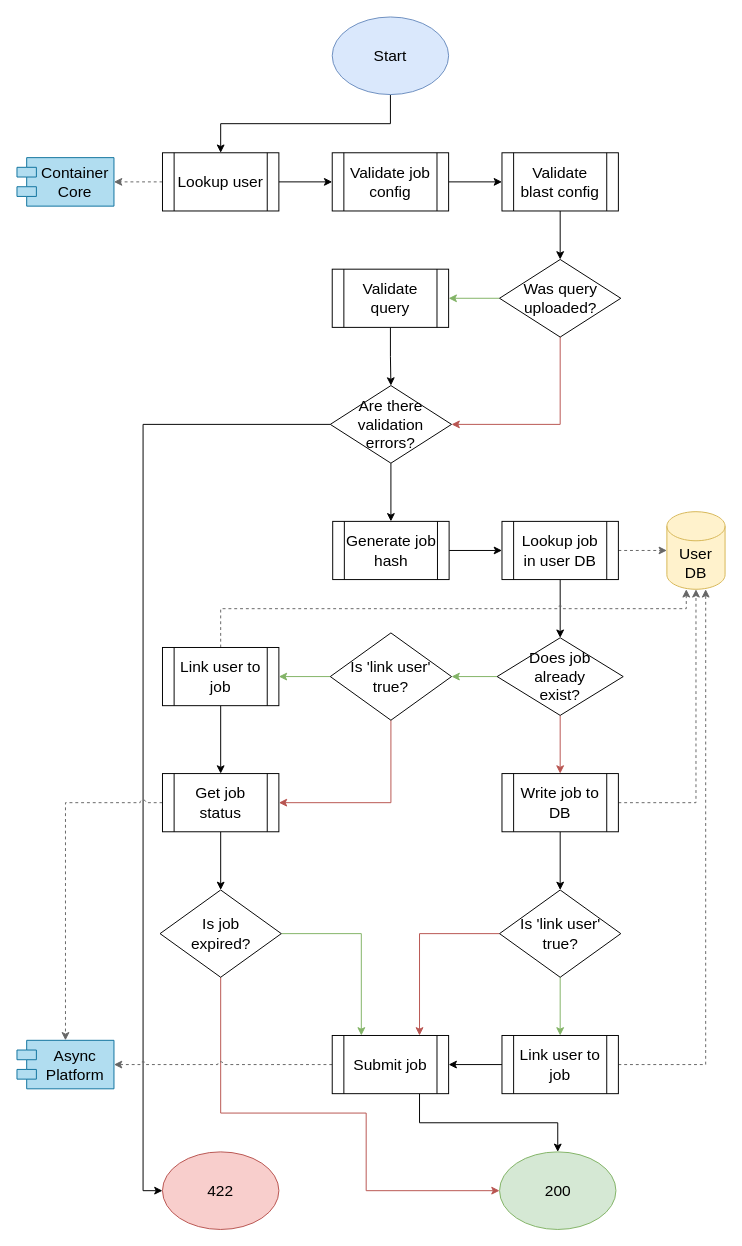
Before: docs/design/2.0/graphs/draw.io/create-query-job.drawio in VEuPathDB/service-multi-blast, a draw.io diagram. Source tidied: cells renumbered, new cells numbered last; positions are measured from the earlier drawing's top-left corner, leaving out a move shared by most shapes. Both pictures are drawn from the tidied source at 97%, with x=0, y=0 at pixel (16, 16).
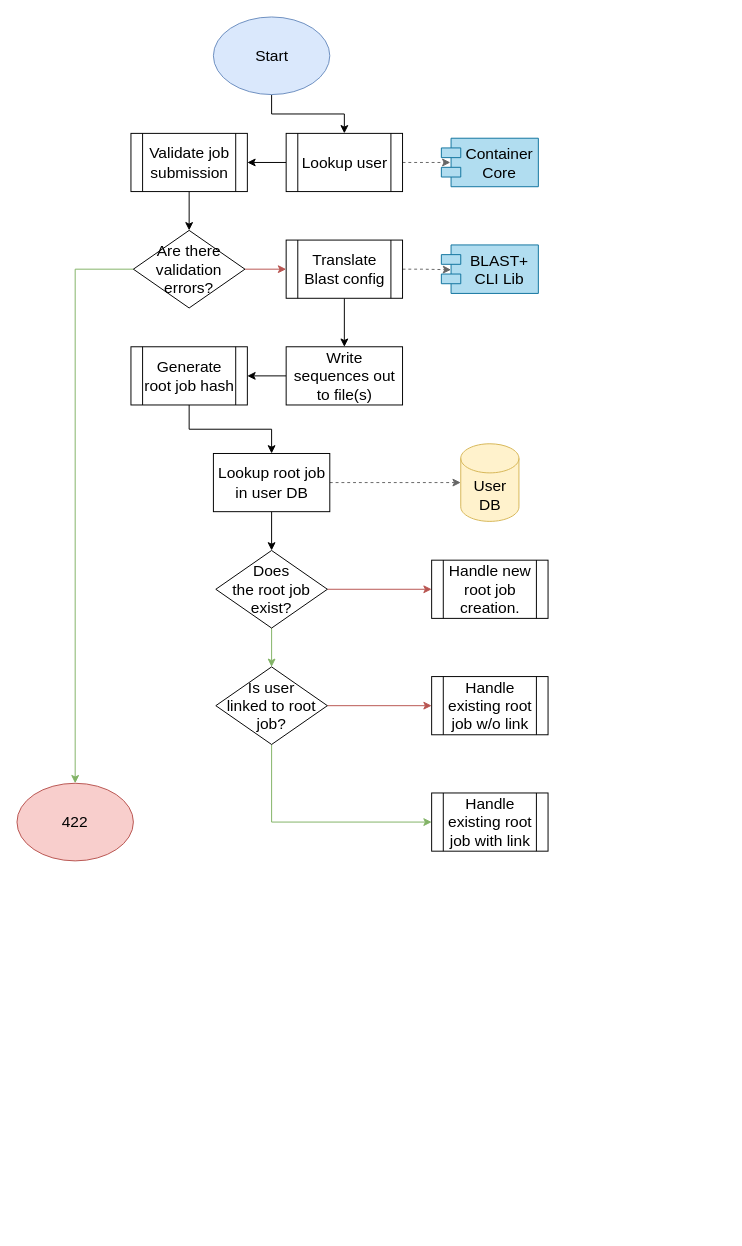
After the change.

The edit, as a diff of the source:
```diff
@@
-    <mxCell id="2" style="edgeStyle=orthogonalEdgeStyle;rounded=0;jumpStyle=arc;jettySize=auto;html=1;exitX=0;exitY=0.5;exitDx=0;exitDy=0;entryX=0;entryY=0.5;entryDx=0;entryDy=0;fontSize=16;" parent="1" edge="1" source="18" target="54">
-      <mxGeometry relative="1" as="geometry" />
-    </mxCell>
@@
-    <mxCell id="4" value="&lt;font style=&quot;font-size: 16px;&quot;&gt;Start&lt;/font&gt;" style="ellipse;whiteSpace=wrap;html=1;fillColor=#dae8fc;strokeColor=#6c8ebf;" parent="1" vertex="1">
-      <mxGeometry x="325" width="120" height="80" as="geometry" />
+    <mxCell id="4" value="Start" style="ellipse;whiteSpace=wrap;html=1;fontSize=16;fillColor=#dae8fc;strokeColor=#6c8ebf;" parent="1" vertex="1">
+      <mxGeometry x="202.5" width="120" height="80" as="geometry" />
     </mxCell>
-    <mxCell id="5" style="edgeStyle=orthogonalEdgeStyle;rounded=0;jettySize=auto;html=1;exitX=1;exitY=0.5;exitDx=0;exitDy=0;entryX=0;entryY=0.5;entryDx=0;entryDy=0;fontSize=16;" parent="1" edge="1" source="7" target="9">
-      <mxGeometry relative="1" as="geometry" />
-    </mxCell>
+    <mxCell id="56" style="edgeStyle=orthogonalEdgeStyle;rounded=0;jettySize=auto;html=1;exitX=0;exitY=0.5;exitDx=0;exitDy=0;entryX=1;entryY=0.5;entryDx=0;entryDy=0;fontSize=16;" parent="1" edge="1" source="7" target="58">
+      <mxGeometry relative="1" as="geometry" />
+    </mxCell>
-    <mxCell id="6" style="edgeStyle=orthogonalEdgeStyle;rounded=0;jumpStyle=arc;jettySize=auto;html=1;exitX=0;exitY=0.5;exitDx=0;exitDy=0;entryX=1;entryY=0.5;entryDx=0;entryDy=0;fontSize=16;fillColor=#f5f5f5;strokeColor=#666666;dashed=1;" parent="1" edge="1" source="7" target="52">
+    <mxCell id="6" style="edgeStyle=orthogonalEdgeStyle;rounded=0;jettySize=auto;html=1;exitX=1;exitY=0.5;exitDx=0;exitDy=0;entryX=0.093;entryY=0.5;entryDx=0;entryDy=0;entryPerimeter=0;fontSize=16;fillColor=#f5f5f5;strokeColor=#666666;dashed=1;" parent="1" edge="1" source="7" target="52">
       <mxGeometry relative="1" as="geometry" />
     </mxCell>
     <mxCell id="7" value="Lookup user" style="shape=process;whiteSpace=wrap;html=1;backgroundOutline=1;fontSize=16;" parent="1" vertex="1">
-      <mxGeometry x="150" y="140" width="120" height="60" as="geometry" />
+      <mxGeometry x="277.5" y="120" width="120" height="60" as="geometry" />
     </mxCell>
-    <mxCell id="8" style="edgeStyle=orthogonalEdgeStyle;rounded=0;jettySize=auto;html=1;exitX=1;exitY=0.5;exitDx=0;exitDy=0;entryX=0;entryY=0.5;entryDx=0;entryDy=0;fontSize=16;" parent="1" edge="1" source="9" target="11">
-      <mxGeometry relative="1" as="geometry" />
-    </mxCell>
-    <mxCell id="9" value="Validate job config" style="shape=process;whiteSpace=wrap;html=1;backgroundOutline=1;fontSize=16;" parent="1" vertex="1">
-      <mxGeometry x="325" y="140" width="120" height="60" as="geometry" />
-    </mxCell>
-    <mxCell id="10" style="edgeStyle=orthogonalEdgeStyle;rounded=0;jettySize=auto;html=1;exitX=0.5;exitY=1;exitDx=0;exitDy=0;entryX=0.5;entryY=0;entryDx=0;entryDy=0;fontSize=16;" parent="1" edge="1" source="11" target="14">
-      <mxGeometry relative="1" as="geometry" />
-    </mxCell>
-    <mxCell id="11" value="Validate blast config" style="shape=process;whiteSpace=wrap;html=1;backgroundOutline=1;fontSize=16;" parent="1" vertex="1">
-      <mxGeometry x="500" y="140" width="120" height="60" as="geometry" />
-    </mxCell>
-    <mxCell id="12" style="edgeStyle=orthogonalEdgeStyle;rounded=0;jettySize=auto;html=1;entryX=1;entryY=0.5;entryDx=0;entryDy=0;fontSize=16;fillColor=#d5e8d4;strokeColor=#82b366;" parent="1" edge="1" source="14" target="16">
-      <mxGeometry relative="1" as="geometry" />
-    </mxCell>
-    <mxCell id="13" style="edgeStyle=orthogonalEdgeStyle;rounded=0;jettySize=auto;html=1;entryX=1;entryY=0.5;entryDx=0;entryDy=0;fontSize=12;fillColor=#f8cecc;strokeColor=#b85450;" parent="1" edge="1" source="14" target="18">
-      <mxGeometry relative="1" as="geometry">
-        <Array as="points">
-          <mxPoint x="560" y="420" />
-        </Array>
-      </mxGeometry>
-    </mxCell>
-    <mxCell id="14" value="Was query uploaded?" style="rhombus;whiteSpace=wrap;html=1;fontSize=16;" parent="1" vertex="1">
-      <mxGeometry x="497.5" y="250" width="125" height="80" as="geometry" />
-    </mxCell>
-    <mxCell id="15" style="edgeStyle=orthogonalEdgeStyle;rounded=0;jettySize=auto;html=1;fontSize=16;" parent="1" edge="1" source="16" target="18">
-      <mxGeometry relative="1" as="geometry" />
-    </mxCell>
-    <mxCell id="16" value="Validate&lt;br&gt;query" style="shape=process;whiteSpace=wrap;html=1;backgroundOutline=1;fontSize=16;" parent="1" vertex="1">
-      <mxGeometry x="325" y="260" width="120" height="60" as="geometry" />
-    </mxCell>
-    <mxCell id="17" style="edgeStyle=orthogonalEdgeStyle;rounded=0;jettySize=auto;html=1;exitX=0.5;exitY=1;exitDx=0;exitDy=0;entryX=0.5;entryY=0;entryDx=0;entryDy=0;fontSize=16;" parent="1" edge="1" source="18" target="20">
-      <mxGeometry relative="1" as="geometry" />
-    </mxCell>
+    <mxCell id="52" value="Container&#10;Core" style="shape=module;align=left;spacingLeft=20;align=center;verticalAlign=top;fontSize=16;fillColor=#b1ddf0;strokeColor=#10739e;" parent="1" vertex="1">
+      <mxGeometry x="437.5" y="125" width="100" height="50" as="geometry" />
+    </mxCell>
+    <mxCell id="57" style="edgeStyle=orthogonalEdgeStyle;rounded=0;jettySize=auto;html=1;exitX=0.5;exitY=1;exitDx=0;exitDy=0;entryX=0.5;entryY=0;entryDx=0;entryDy=0;fontSize=16;" parent="1" edge="1" source="58" target="18">
+      <mxGeometry relative="1" as="geometry" />
+    </mxCell>
+    <mxCell id="58" value="Validate job submission" style="shape=process;whiteSpace=wrap;html=1;backgroundOutline=1;fontSize=16;" parent="1" vertex="1">
+      <mxGeometry x="117.5" y="120" width="120" height="60" as="geometry" />
+    </mxCell>
+    <mxCell id="59" style="edgeStyle=orthogonalEdgeStyle;rounded=0;jettySize=auto;html=1;exitX=0.5;exitY=1;exitDx=0;exitDy=0;entryX=0.5;entryY=0;entryDx=0;entryDy=0;fontSize=16;" parent="1" edge="1" source="61" target="63">
+      <mxGeometry relative="1" as="geometry" />
+    </mxCell>
+    <mxCell id="60" style="edgeStyle=orthogonalEdgeStyle;rounded=0;jettySize=auto;html=1;exitX=1;exitY=0.5;exitDx=0;exitDy=0;entryX=0.1;entryY=0.512;entryDx=0;entryDy=0;entryPerimeter=0;fontSize=16;fillColor=#f5f5f5;strokeColor=#666666;dashed=1;" parent="1" edge="1" source="61" target="79">
+      <mxGeometry relative="1" as="geometry" />
+    </mxCell>
+    <mxCell id="61" value="Translate Blast config" style="shape=process;whiteSpace=wrap;html=1;backgroundOutline=1;fontSize=16;" parent="1" vertex="1">
+      <mxGeometry x="277.5" y="230" width="120" height="60" as="geometry" />
+    </mxCell>
+    <mxCell id="62" style="edgeStyle=orthogonalEdgeStyle;rounded=0;jettySize=auto;html=1;exitX=0;exitY=0.5;exitDx=0;exitDy=0;entryX=1;entryY=0.5;entryDx=0;entryDy=0;fontSize=16;" parent="1" edge="1" source="63" target="65">
+      <mxGeometry relative="1" as="geometry" />
+    </mxCell>
+    <mxCell id="63" value="Write sequences out to file(s)" style="rounded=0;whiteSpace=wrap;html=1;fontSize=16;" parent="1" vertex="1">
+      <mxGeometry x="277.5" y="340" width="120" height="60" as="geometry" />
+    </mxCell>
+    <mxCell id="64" style="edgeStyle=orthogonalEdgeStyle;rounded=0;jettySize=auto;html=1;exitX=0.5;exitY=1;exitDx=0;exitDy=0;entryX=0.5;entryY=0;entryDx=0;entryDy=0;fontSize=16;" parent="1" edge="1" source="65" target="68">
+      <mxGeometry relative="1" as="geometry" />
+    </mxCell>
+    <mxCell id="65" value="Generate root job hash" style="shape=process;whiteSpace=wrap;html=1;backgroundOutline=1;fontSize=16;" parent="1" vertex="1">
+      <mxGeometry x="117.5" y="340" width="120" height="60" as="geometry" />
+    </mxCell>
+    <mxCell id="66" style="edgeStyle=orthogonalEdgeStyle;rounded=0;jettySize=auto;html=1;exitX=1;exitY=0.5;exitDx=0;exitDy=0;entryX=0;entryY=0.5;entryDx=0;entryDy=0;entryPerimeter=0;fontSize=16;fillColor=#f5f5f5;strokeColor=#666666;dashed=1;" parent="1" edge="1" source="68" target="24">
+      <mxGeometry relative="1" as="geometry" />
+    </mxCell>
+    <mxCell id="67" style="edgeStyle=orthogonalEdgeStyle;rounded=0;jettySize=auto;html=1;exitX=0.5;exitY=1;exitDx=0;exitDy=0;entryX=0.5;entryY=0;entryDx=0;entryDy=0;fontSize=16;" parent="1" edge="1" source="68" target="72">
+      <mxGeometry relative="1" as="geometry" />
+    </mxCell>
+    <mxCell id="68" value="Lookup root job in user DB" style="rounded=0;whiteSpace=wrap;html=1;fontSize=16;" parent="1" vertex="1">
+      <mxGeometry x="202.5" y="450" width="120" height="60" as="geometry" />
+    </mxCell>
+    <mxCell id="24" value="User&lt;br&gt;DB" style="shape=cylinder3;whiteSpace=wrap;html=1;boundedLbl=1;backgroundOutline=1;size=15;fontSize=16;fillColor=#fff2cc;strokeColor=#d6b656;" parent="1" vertex="1">
+      <mxGeometry x="457.5" y="440" width="60" height="80" as="geometry" />
+    </mxCell>
+    <mxCell id="69" style="edgeStyle=orthogonalEdgeStyle;rounded=0;jettySize=auto;html=1;exitX=1;exitY=0.5;exitDx=0;exitDy=0;entryX=0;entryY=0.5;entryDx=0;entryDy=0;fontSize=16;fillColor=#f8cecc;strokeColor=#b85450;" parent="1" edge="1" source="18" target="61">
+      <mxGeometry relative="1" as="geometry" />
+    </mxCell>
+    <mxCell id="2" style="edgeStyle=orthogonalEdgeStyle;rounded=0;jettySize=auto;html=1;exitX=0;exitY=0.5;exitDx=0;exitDy=0;entryX=0.5;entryY=0;entryDx=0;entryDy=0;fontSize=16;fillColor=#d5e8d4;strokeColor=#82b366;" parent="1" edge="1" source="18" target="54">
+      <mxGeometry relative="1" as="geometry" />
+    </mxCell>
-    <mxCell id="18" value="Are there validation&lt;br&gt;errors?" style="rhombus;whiteSpace=wrap;html=1;fontSize=16;" parent="1" vertex="1">
-      <mxGeometry x="323" y="380" width="125" height="80" as="geometry" />
+    <mxCell id="18" value="Are there validation errors?" style="rhombus;whiteSpace=wrap;html=1;fontSize=16;" parent="1" vertex="1">
+      <mxGeometry x="120" y="220" width="115" height="80" as="geometry" />
     </mxCell>
-    <mxCell id="19" style="edgeStyle=orthogonalEdgeStyle;rounded=0;jettySize=auto;html=1;exitX=1;exitY=0.5;exitDx=0;exitDy=0;entryX=0;entryY=0.5;entryDx=0;entryDy=0;fontSize=16;" parent="1" edge="1" source="20" target="23">
-      <mxGeometry relative="1" as="geometry" />
-    </mxCell>
-    <mxCell id="20" value="Generate job hash" style="shape=process;whiteSpace=wrap;html=1;backgroundOutline=1;fontSize=16;" parent="1" vertex="1">
-      <mxGeometry x="325.5" y="520" width="120" height="60" as="geometry" />
-    </mxCell>
-    <mxCell id="21" style="edgeStyle=orthogonalEdgeStyle;rounded=0;jettySize=auto;html=1;exitX=1;exitY=0.5;exitDx=0;exitDy=0;entryX=0;entryY=0.5;entryDx=0;entryDy=0;entryPerimeter=0;fontSize=16;fillColor=#f5f5f5;strokeColor=#666666;dashed=1;" parent="1" edge="1" source="23" target="24">
-      <mxGeometry relative="1" as="geometry" />
-    </mxCell>
-    <mxCell id="22" style="edgeStyle=orthogonalEdgeStyle;rounded=0;jettySize=auto;html=1;exitX=0.5;exitY=1;exitDx=0;exitDy=0;entryX=0.5;entryY=0;entryDx=0;entryDy=0;fontSize=16;" parent="1" edge="1" source="23" target="30">
-      <mxGeometry relative="1" as="geometry" />
-    </mxCell>
-    <mxCell id="23" value="Lookup job in user DB" style="shape=process;whiteSpace=wrap;html=1;backgroundOutline=1;fontSize=16;" parent="1" vertex="1">
-      <mxGeometry x="500" y="520" width="120" height="60" as="geometry" />
-    </mxCell>
-    <mxCell id="24" value="User DB" style="shape=cylinder3;whiteSpace=wrap;html=1;boundedLbl=1;backgroundOutline=1;size=15;fontSize=16;fillColor=#fff2cc;strokeColor=#d6b656;" parent="1" vertex="1">
-      <mxGeometry x="670" y="510" width="60" height="80" as="geometry" />
-    </mxCell>
-    <mxCell id="25" style="edgeStyle=orthogonalEdgeStyle;rounded=0;jettySize=auto;html=1;entryX=1;entryY=0.5;entryDx=0;entryDy=0;fontSize=16;fillColor=#d5e8d4;strokeColor=#82b366;" parent="1" edge="1" source="27" target="33">
-      <mxGeometry relative="1" as="geometry" />
-    </mxCell>
-    <mxCell id="26" style="edgeStyle=orthogonalEdgeStyle;rounded=0;jettySize=auto;html=1;exitX=0.5;exitY=1;exitDx=0;exitDy=0;entryX=1;entryY=0.5;entryDx=0;entryDy=0;fontSize=12;fillColor=#f8cecc;strokeColor=#b85450;" parent="1" edge="1" source="27" target="36">
-      <mxGeometry relative="1" as="geometry" />
-    </mxCell>
-    <mxCell id="27" value="Is 'link user' true?" style="rhombus;whiteSpace=wrap;html=1;fontSize=16;" parent="1" vertex="1">
-      <mxGeometry x="323" y="635" width="125" height="90" as="geometry" />
-    </mxCell>
-    <mxCell id="28" style="edgeStyle=orthogonalEdgeStyle;rounded=0;jettySize=auto;html=1;entryX=1;entryY=0.5;entryDx=0;entryDy=0;fontSize=16;fillColor=#d5e8d4;strokeColor=#82b366;" parent="1" edge="1" source="30" target="27">
-      <mxGeometry relative="1" as="geometry" />
-    </mxCell>
-    <mxCell id="29" style="edgeStyle=orthogonalEdgeStyle;rounded=0;jumpStyle=arc;jettySize=auto;html=1;exitX=0.5;exitY=1;exitDx=0;exitDy=0;entryX=0.5;entryY=0;entryDx=0;entryDy=0;fontSize=16;fillColor=#f8cecc;strokeColor=#b85450;" parent="1" edge="1" source="30" target="42">
-      <mxGeometry relative="1" as="geometry" />
-    </mxCell>
-    <mxCell id="30" value="Does job&lt;br&gt;already&lt;br&gt;exist?" style="rhombus;whiteSpace=wrap;html=1;fontSize=16;" parent="1" vertex="1">
-      <mxGeometry x="495" y="640" width="130" height="80" as="geometry" />
-    </mxCell>
-    <mxCell id="31" style="edgeStyle=orthogonalEdgeStyle;rounded=0;jettySize=auto;html=1;exitX=0.5;exitY=0;exitDx=0;exitDy=0;fontSize=16;jumpStyle=arc;fillColor=#f5f5f5;strokeColor=#666666;dashed=1;" parent="1" edge="1" source="33">
-      <mxGeometry relative="1" as="geometry">
-        <mxPoint x="690" y="590" as="targetPoint" />
-        <Array as="points">
-          <mxPoint x="210" y="610" />
-          <mxPoint x="690" y="610" />
-          <mxPoint x="690" y="590" />
-        </Array>
-      </mxGeometry>
-    </mxCell>
-    <mxCell id="32" style="edgeStyle=orthogonalEdgeStyle;rounded=0;jumpStyle=arc;jettySize=auto;html=1;exitX=0.5;exitY=1;exitDx=0;exitDy=0;entryX=0.5;entryY=0;entryDx=0;entryDy=0;fontSize=16;" parent="1" edge="1" source="33" target="36">
-      <mxGeometry relative="1" as="geometry" />
-    </mxCell>
-    <mxCell id="33" value="Link user to job" style="shape=process;whiteSpace=wrap;html=1;backgroundOutline=1;fontSize=16;" parent="1" vertex="1">
-      <mxGeometry x="150" y="650" width="120" height="60" as="geometry" />
-    </mxCell>
-    <mxCell id="34" style="edgeStyle=orthogonalEdgeStyle;rounded=0;jumpStyle=arc;jettySize=auto;html=1;entryX=0.5;entryY=0;entryDx=0;entryDy=0;fontSize=16;" parent="1" edge="1" source="36" target="39">
-      <mxGeometry relative="1" as="geometry" />
-    </mxCell>
-    <mxCell id="35" style="edgeStyle=orthogonalEdgeStyle;rounded=0;jumpStyle=arc;jettySize=auto;html=1;exitX=0;exitY=0.5;exitDx=0;exitDy=0;entryX=0.5;entryY=0;entryDx=0;entryDy=0;fontSize=16;fillColor=#f5f5f5;strokeColor=#666666;dashed=1;" parent="1" edge="1" source="36" target="53">
-      <mxGeometry relative="1" as="geometry" />
-    </mxCell>
-    <mxCell id="36" value="Get job status" style="shape=process;whiteSpace=wrap;html=1;backgroundOutline=1;fontSize=16;" parent="1" vertex="1">
-      <mxGeometry x="150" y="780" width="120" height="60" as="geometry" />
-    </mxCell>
-    <mxCell id="37" style="edgeStyle=orthogonalEdgeStyle;rounded=0;jumpStyle=arc;jettySize=auto;html=1;exitX=1;exitY=0.5;exitDx=0;exitDy=0;entryX=0.25;entryY=0;entryDx=0;entryDy=0;fontSize=16;fillColor=#d5e8d4;strokeColor=#82b366;" parent="1" edge="1" source="39" target="51">
-      <mxGeometry relative="1" as="geometry" />
-    </mxCell>
-    <mxCell id="38" style="edgeStyle=orthogonalEdgeStyle;rounded=0;jettySize=auto;html=1;exitX=0.5;exitY=1;exitDx=0;exitDy=0;entryX=0;entryY=0.5;entryDx=0;entryDy=0;fontSize=12;fillColor=#f8cecc;strokeColor=#b85450;" parent="1" edge="1" source="39" target="55">
-      <mxGeometry relative="1" as="geometry">
-        <Array as="points">
-          <mxPoint x="210" y="1130" />
-          <mxPoint x="360" y="1130" />
-          <mxPoint x="360" y="1210" />
-        </Array>
-      </mxGeometry>
-    </mxCell>
-    <mxCell id="39" value="Is job&lt;br&gt;expired?" style="rhombus;whiteSpace=wrap;html=1;fontSize=16;" parent="1" vertex="1">
-      <mxGeometry x="147.5" y="900" width="125" height="90" as="geometry" />
-    </mxCell>
-    <mxCell id="40" style="edgeStyle=orthogonalEdgeStyle;rounded=0;jumpStyle=arc;jettySize=auto;html=1;exitX=1;exitY=0.5;exitDx=0;exitDy=0;entryX=0.5;entryY=1;entryDx=0;entryDy=0;entryPerimeter=0;fontSize=16;fillColor=#f5f5f5;strokeColor=#666666;dashed=1;" parent="1" edge="1" source="42" target="24">
-      <mxGeometry relative="1" as="geometry" />
-    </mxCell>
-    <mxCell id="41" style="edgeStyle=orthogonalEdgeStyle;rounded=0;jumpStyle=arc;jettySize=auto;html=1;entryX=0.5;entryY=0;entryDx=0;entryDy=0;fontSize=16;" parent="1" edge="1" source="42" target="45">
-      <mxGeometry relative="1" as="geometry" />
-    </mxCell>
-    <mxCell id="42" value="Write job to DB" style="shape=process;whiteSpace=wrap;html=1;backgroundOutline=1;fontSize=16;" parent="1" vertex="1">
-      <mxGeometry x="500" y="780" width="120" height="60" as="geometry" />
-    </mxCell>
-    <mxCell id="43" style="edgeStyle=orthogonalEdgeStyle;rounded=0;jumpStyle=arc;jettySize=auto;html=1;exitX=0.5;exitY=1;exitDx=0;exitDy=0;entryX=0.5;entryY=0;entryDx=0;entryDy=0;fontSize=16;fillColor=#d5e8d4;strokeColor=#82b366;" parent="1" edge="1" source="45" target="48">
-      <mxGeometry relative="1" as="geometry" />
-    </mxCell>
-    <mxCell id="44" style="edgeStyle=orthogonalEdgeStyle;rounded=0;jettySize=auto;html=1;entryX=0.75;entryY=0;entryDx=0;entryDy=0;fontSize=12;fillColor=#f8cecc;strokeColor=#b85450;" parent="1" edge="1" source="45" target="51">
-      <mxGeometry relative="1" as="geometry" />
-    </mxCell>
-    <mxCell id="45" value="Is 'link user' true?" style="rhombus;whiteSpace=wrap;html=1;fontSize=16;" parent="1" vertex="1">
-      <mxGeometry x="497.5" y="900" width="125" height="90" as="geometry" />
-    </mxCell>
-    <mxCell id="46" style="edgeStyle=orthogonalEdgeStyle;rounded=0;jumpStyle=arc;jettySize=auto;html=1;exitX=1;exitY=0.5;exitDx=0;exitDy=0;entryX=0.667;entryY=1;entryDx=0;entryDy=0;entryPerimeter=0;fontSize=16;fillColor=#f5f5f5;strokeColor=#666666;dashed=1;" parent="1" edge="1" source="48" target="24">
-      <mxGeometry relative="1" as="geometry" />
-    </mxCell>
-    <mxCell id="47" style="edgeStyle=orthogonalEdgeStyle;rounded=0;jumpStyle=arc;jettySize=auto;html=1;exitX=0;exitY=0.5;exitDx=0;exitDy=0;entryX=1;entryY=0.5;entryDx=0;entryDy=0;fontSize=16;" parent="1" edge="1" source="48" target="51">
-      <mxGeometry relative="1" as="geometry" />
-    </mxCell>
-    <mxCell id="48" value="Link user to job" style="shape=process;whiteSpace=wrap;html=1;backgroundOutline=1;fontSize=16;" parent="1" vertex="1">
-      <mxGeometry x="500" y="1050" width="120" height="60" as="geometry" />
-    </mxCell>
-    <mxCell id="49" style="edgeStyle=orthogonalEdgeStyle;rounded=0;jumpStyle=arc;jettySize=auto;html=1;exitX=0;exitY=0.5;exitDx=0;exitDy=0;entryX=1;entryY=0.5;entryDx=0;entryDy=0;fontSize=16;fillColor=#f5f5f5;strokeColor=#666666;dashed=1;" parent="1" edge="1" source="51" target="53">
-      <mxGeometry relative="1" as="geometry" />
-    </mxCell>
-    <mxCell id="50" style="edgeStyle=orthogonalEdgeStyle;rounded=0;jumpStyle=arc;jettySize=auto;html=1;exitX=0.75;exitY=1;exitDx=0;exitDy=0;entryX=0.5;entryY=0;entryDx=0;entryDy=0;fontSize=16;" parent="1" edge="1" source="51" target="55">
-      <mxGeometry relative="1" as="geometry" />
-    </mxCell>
-    <mxCell id="51" value="Submit job" style="shape=process;whiteSpace=wrap;html=1;backgroundOutline=1;fontSize=16;" parent="1" vertex="1">
-      <mxGeometry x="325" y="1050" width="120" height="60" as="geometry" />
-    </mxCell>
-    <mxCell id="52" value="Container&#10;Core" style="shape=module;align=left;spacingLeft=20;align=center;verticalAlign=top;fontSize=16;fillColor=#b1ddf0;strokeColor=#10739e;" parent="1" vertex="1">
-      <mxGeometry y="145" width="100" height="50" as="geometry" />
-    </mxCell>
-    <mxCell id="53" value="Async&#10;Platform" style="shape=module;align=left;spacingLeft=20;align=center;verticalAlign=top;fontSize=16;fillColor=#b1ddf0;strokeColor=#10739e;" parent="1" vertex="1">
-      <mxGeometry y="1055" width="100" height="50" as="geometry" />
-    </mxCell>
+    <mxCell id="70" style="edgeStyle=orthogonalEdgeStyle;rounded=0;jettySize=auto;html=1;exitX=1;exitY=0.5;exitDx=0;exitDy=0;entryX=0;entryY=0.5;entryDx=0;entryDy=0;fontSize=16;fillColor=#f8cecc;strokeColor=#b85450;" parent="1" edge="1" source="72" target="76">
+      <mxGeometry relative="1" as="geometry" />
+    </mxCell>
+    <mxCell id="71" style="edgeStyle=orthogonalEdgeStyle;rounded=0;jettySize=auto;html=1;exitX=0.5;exitY=1;exitDx=0;exitDy=0;entryX=0.5;entryY=0;entryDx=0;entryDy=0;fontSize=16;fillColor=#d5e8d4;strokeColor=#82b366;" parent="1" edge="1" source="72" target="75">
+      <mxGeometry relative="1" as="geometry" />
+    </mxCell>
+    <mxCell id="72" value="Does&lt;br&gt;the&amp;nbsp;root job&lt;br&gt;exist?" style="rhombus;whiteSpace=wrap;html=1;fontSize=16;" parent="1" vertex="1">
+      <mxGeometry x="205" y="550" width="115" height="80" as="geometry" />
+    </mxCell>
+    <mxCell id="73" style="edgeStyle=orthogonalEdgeStyle;rounded=0;jettySize=auto;html=1;entryX=0;entryY=0.5;entryDx=0;entryDy=0;fontSize=16;fillColor=#f8cecc;strokeColor=#b85450;" parent="1" edge="1" source="75" target="77">
+      <mxGeometry relative="1" as="geometry" />
+    </mxCell>
+    <mxCell id="74" style="edgeStyle=orthogonalEdgeStyle;rounded=0;jettySize=auto;html=1;exitX=0.5;exitY=1;exitDx=0;exitDy=0;entryX=0;entryY=0.5;entryDx=0;entryDy=0;fontSize=16;fillColor=#d5e8d4;strokeColor=#82b366;" parent="1" edge="1" source="75" target="78">
+      <mxGeometry relative="1" as="geometry" />
+    </mxCell>
+    <mxCell id="75" value="Is user&lt;br&gt;linked to root job?" style="rhombus;whiteSpace=wrap;html=1;fontSize=16;" parent="1" vertex="1">
+      <mxGeometry x="205" y="670" width="115" height="80" as="geometry" />
+    </mxCell>
+    <mxCell id="76" value="Handle new root job creation." style="shape=process;whiteSpace=wrap;html=1;backgroundOutline=1;fontSize=16;" parent="1" vertex="1">
+      <mxGeometry x="427.5" y="560" width="120" height="60" as="geometry" />
+    </mxCell>
+    <mxCell id="77" value="Handle existing root job w/o link" style="shape=process;whiteSpace=wrap;html=1;backgroundOutline=1;fontSize=16;" parent="1" vertex="1">
+      <mxGeometry x="427.5" y="680" width="120" height="60" as="geometry" />
+    </mxCell>
+    <mxCell id="78" value="Handle existing root job with link" style="shape=process;whiteSpace=wrap;html=1;backgroundOutline=1;fontSize=16;" parent="1" vertex="1">
+      <mxGeometry x="427.5" y="800" width="120" height="60" as="geometry" />
+    </mxCell>
+    <mxCell id="79" value="BLAST+&#10;CLI Lib" style="shape=module;align=left;spacingLeft=20;align=center;verticalAlign=top;fontSize=16;fillColor=#b1ddf0;strokeColor=#10739e;" parent="1" vertex="1">
+      <mxGeometry x="437.5" y="235" width="100" height="50" as="geometry" />
+    </mxCell>
     <mxCell id="54" value="422" style="ellipse;whiteSpace=wrap;html=1;fontSize=16;fillColor=#f8cecc;strokeColor=#b85450;" parent="1" vertex="1">
-      <mxGeometry x="150" y="1170" width="120" height="80" as="geometry" />
+      <mxGeometry y="790" width="120" height="80" as="geometry" />
     </mxCell>
-    <mxCell id="55" value="200" style="ellipse;whiteSpace=wrap;html=1;fontSize=16;fillColor=#d5e8d4;strokeColor=#82b366;" parent="1" vertex="1">
-      <mxGeometry x="497.5" y="1170" width="120" height="80" as="geometry" />
-    </mxCell>
```
